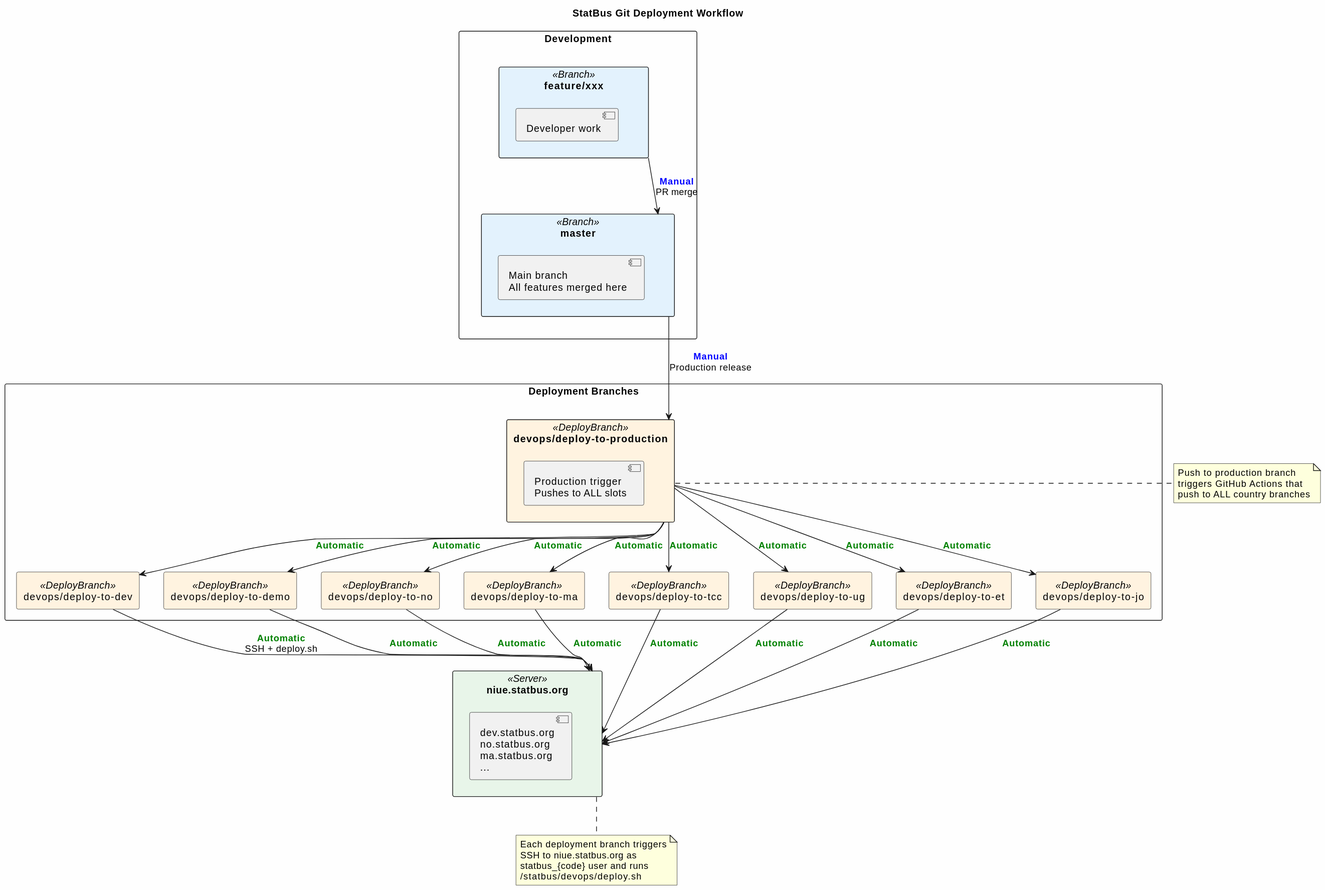
Before: doc/diagrams/git-workflow.svg, a diagram exported from PlantUML (statisticsnorway/statbus).
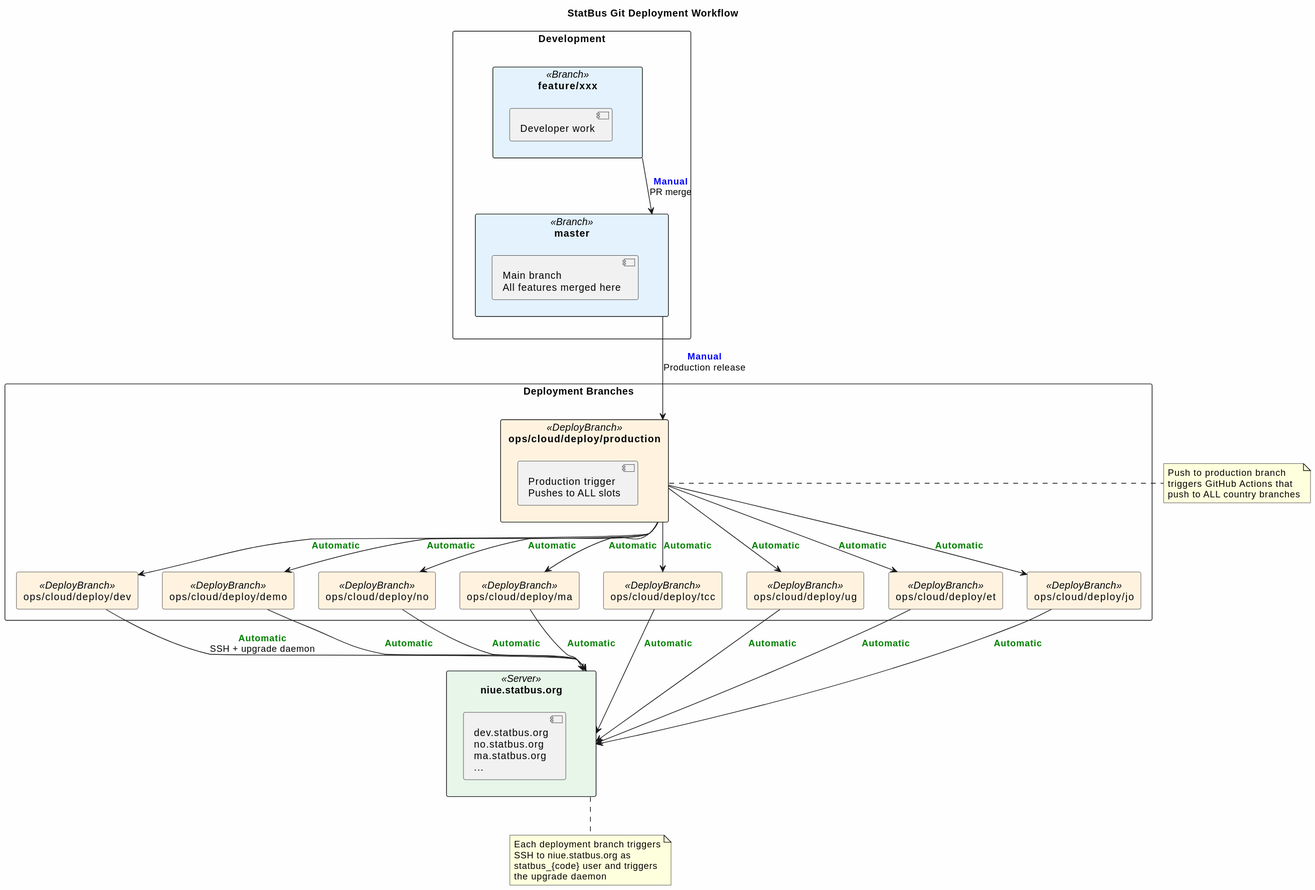
After the change.

Change to the diagram source:
```diff
@@ -22,18 +22,18 @@
 }
 
 rectangle "Deployment Branches" {
-    rectangle "devops/deploy-to-production" as prod <<DeployBranch>> {
+    rectangle "ops/cloud/deploy/production" as prod <<DeployBranch>> {
         [Production trigger\nPushes to ALL slots]
     }
 
-    rectangle "devops/deploy-to-dev" as dev <<DeployBranch>>
-    rectangle "devops/deploy-to-demo" as demo <<DeployBranch>>
-    rectangle "devops/deploy-to-no" as no <<DeployBranch>>
-    rectangle "devops/deploy-to-ma" as ma <<DeployBranch>>
-    rectangle "devops/deploy-to-tcc" as tcc <<DeployBranch>>
-    rectangle "devops/deploy-to-ug" as ug <<DeployBranch>>
-    rectangle "devops/deploy-to-et" as et <<DeployBranch>>
-    rectangle "devops/deploy-to-jo" as jo <<DeployBranch>>
+    rectangle "ops/cloud/deploy/dev" as dev <<DeployBranch>>
+    rectangle "ops/cloud/deploy/demo" as demo <<DeployBranch>>
+    rectangle "ops/cloud/deploy/no" as no <<DeployBranch>>
+    rectangle "ops/cloud/deploy/ma" as ma <<DeployBranch>>
+    rectangle "ops/cloud/deploy/tcc" as tcc <<DeployBranch>>
+    rectangle "ops/cloud/deploy/ug" as ug <<DeployBranch>>
+    rectangle "ops/cloud/deploy/et" as et <<DeployBranch>>
+    rectangle "ops/cloud/deploy/jo" as jo <<DeployBranch>>
 }
 
 rectangle "niue.statbus.org" as niue <<Server>> {
@@ -51,7 +51,7 @@
 prod --> et : AUTOMATIC_TRIGGER
 prod --> jo : AUTOMATIC_TRIGGER
 
-dev --> niue : AUTOMATIC_TRIGGER\nSSH + deploy.sh
+dev --> niue : AUTOMATIC_TRIGGER\nSSH + upgrade daemon
 demo --> niue : AUTOMATIC_TRIGGER
 no --> niue : AUTOMATIC_TRIGGER
 ma --> niue : AUTOMATIC_TRIGGER
@@ -69,7 +69,7 @@
 note bottom of niue
   Each deployment branch triggers
   SSH to niue.statbus.org as
-  statbus_{code} user and runs
-  ~/statbus/devops/deploy.sh
+  statbus_{code} user and triggers
+  the upgrade daemon
 end note
 @enduml
```
